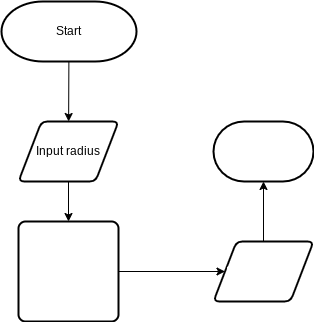
Before: design/flowchart.png, a diagram exported from draw.io (Brayden-Blank/ICS2O-Unit-3-03-HTML-2). Source tidied: cells renumbered, new cells last; positions are measured from the earlier drawing's top-left corner, leaving out a move shared by most shapes. Source of this version:
```xml
<mxGraphModel>
  <root>
    <mxCell id="0" />
    <mxCell id="1" parent="0" />
    <mxCell id="2" style="edgeStyle=none;html=1;" parent="1" edge="1" source="3" target="5">
      <mxGeometry relative="1" as="geometry" />
    </mxCell>
    <mxCell id="3" value="Start" style="strokeWidth=2;html=1;shape=mxgraph.flowchart.terminator;whiteSpace=wrap;" parent="1" vertex="1">
      <mxGeometry width="135" height="60" as="geometry" />
    </mxCell>
    <mxCell id="4" style="edgeStyle=none;html=1;fontColor=#FFFFFF;" parent="1" edge="1" source="5" target="7">
      <mxGeometry relative="1" as="geometry" />
    </mxCell>
    <mxCell id="5" value="Input radius" style="shape=parallelogram;html=1;strokeWidth=2;perimeter=parallelogramPerimeter;whiteSpace=wrap;rounded=1;arcSize=12;size=0.23;" parent="1" vertex="1">
      <mxGeometry x="17" y="120" width="100" height="60" as="geometry" />
    </mxCell>
    <mxCell id="6" style="edgeStyle=none;html=1;fontColor=#FFFFFF;" parent="1" edge="1" source="7" target="9">
      <mxGeometry relative="1" as="geometry" />
    </mxCell>
    <mxCell id="7" value="&lt;font color=&quot;#ffffff&quot;&gt;Volume = 4/3 x&amp;nbsp;&lt;span style=&quot;font-family: &amp;#34;arial&amp;#34; , sans-serif ; font-size: 14px ; text-align: left&quot;&gt;π x r&lt;sup&gt;3&lt;/sup&gt;&amp;nbsp;&lt;/span&gt;&lt;/font&gt;" style="rounded=1;whiteSpace=wrap;html=1;absoluteArcSize=1;arcSize=14;strokeWidth=2;" parent="1" vertex="1">
      <mxGeometry x="17" y="220" width="100" height="100" as="geometry" />
    </mxCell>
    <mxCell id="8" style="edgeStyle=none;html=1;fontColor=#FFFFFF;" parent="1" edge="1" source="9" target="10">
      <mxGeometry relative="1" as="geometry" />
    </mxCell>
    <mxCell id="9" value="Show volume" style="shape=parallelogram;html=1;strokeWidth=2;perimeter=parallelogramPerimeter;whiteSpace=wrap;rounded=1;arcSize=12;size=0.23;labelBackgroundColor=none;fontColor=#FFFFFF;" parent="1" vertex="1">
      <mxGeometry x="212" y="240" width="100" height="60" as="geometry" />
    </mxCell>
    <mxCell id="10" value="Stop" style="strokeWidth=2;html=1;shape=mxgraph.flowchart.terminator;whiteSpace=wrap;labelBackgroundColor=none;fontColor=#FFFFFF;" parent="1" vertex="1">
      <mxGeometry x="212" y="120" width="100" height="60" as="geometry" />
    </mxCell>
  </root>
</mxGraphModel>
```
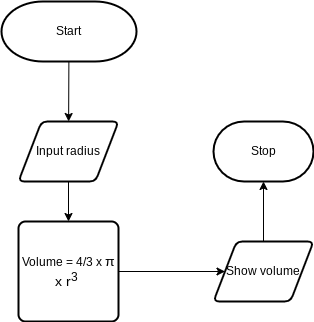
The same file after the commit.

The edit, as a diff of the source:
```diff
@@ -17,16 +17,16 @@
     <mxCell id="6" style="edgeStyle=none;html=1;fontColor=#FFFFFF;" parent="1" edge="1" source="7" target="9">
       <mxGeometry relative="1" as="geometry" />
     </mxCell>
-    <mxCell id="7" value="&lt;font color=&quot;#ffffff&quot;&gt;Volume = 4/3 x&amp;nbsp;&lt;span style=&quot;font-family: &amp;#34;arial&amp;#34; , sans-serif ; font-size: 14px ; text-align: left&quot;&gt;π x r&lt;sup&gt;3&lt;/sup&gt;&amp;nbsp;&lt;/span&gt;&lt;/font&gt;" style="rounded=1;whiteSpace=wrap;html=1;absoluteArcSize=1;arcSize=14;strokeWidth=2;" parent="1" vertex="1">
+    <mxCell id="7" value="Volume = 4/3 x&amp;nbsp;&lt;span style=&quot;font-family: &amp;#34;arial&amp;#34; , sans-serif ; font-size: 14px ; text-align: left&quot;&gt;π x r&lt;sup&gt;3&lt;/sup&gt;&amp;nbsp;&lt;/span&gt;" style="rounded=1;whiteSpace=wrap;html=1;absoluteArcSize=1;arcSize=14;strokeWidth=2;" parent="1" vertex="1">
       <mxGeometry x="17" y="220" width="100" height="100" as="geometry" />
     </mxCell>
     <mxCell id="8" style="edgeStyle=none;html=1;fontColor=#FFFFFF;" parent="1" edge="1" source="9" target="10">
       <mxGeometry relative="1" as="geometry" />
     </mxCell>
-    <mxCell id="9" value="Show volume" style="shape=parallelogram;html=1;strokeWidth=2;perimeter=parallelogramPerimeter;whiteSpace=wrap;rounded=1;arcSize=12;size=0.23;labelBackgroundColor=none;fontColor=#FFFFFF;" parent="1" vertex="1">
+    <mxCell id="9" value="&lt;font color=&quot;#000000&quot;&gt;Show volume&lt;/font&gt;" style="shape=parallelogram;html=1;strokeWidth=2;perimeter=parallelogramPerimeter;whiteSpace=wrap;rounded=1;arcSize=12;size=0.23;labelBackgroundColor=none;fontColor=#FFFFFF;" parent="1" vertex="1">
       <mxGeometry x="212" y="240" width="100" height="60" as="geometry" />
     </mxCell>
-    <mxCell id="10" value="Stop" style="strokeWidth=2;html=1;shape=mxgraph.flowchart.terminator;whiteSpace=wrap;labelBackgroundColor=none;fontColor=#FFFFFF;" parent="1" vertex="1">
+    <mxCell id="10" value="&lt;font color=&quot;#000000&quot;&gt;Stop&lt;/font&gt;" style="strokeWidth=2;html=1;shape=mxgraph.flowchart.terminator;whiteSpace=wrap;labelBackgroundColor=none;fontColor=#FFFFFF;" parent="1" vertex="1">
       <mxGeometry x="212" y="120" width="100" height="60" as="geometry" />
     </mxCell>
   </root>
```
